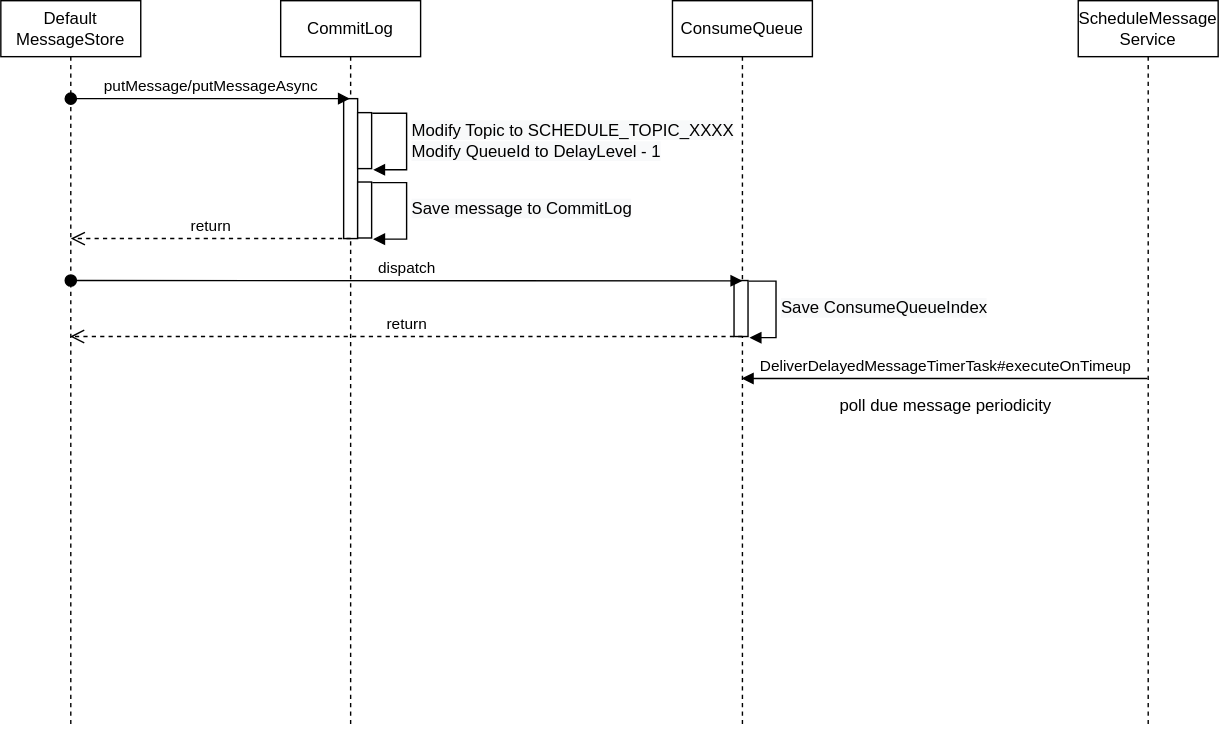
Earlier version of the draw.io export rocketmq/feature/schedule_message_sequence.drawio.svg (HScarb/drawio-diagrams). Source tidied: cells renumbered, new cells last; positions are measured from the earlier drawing's top-left corner, leaving out a move shared by most shapes.
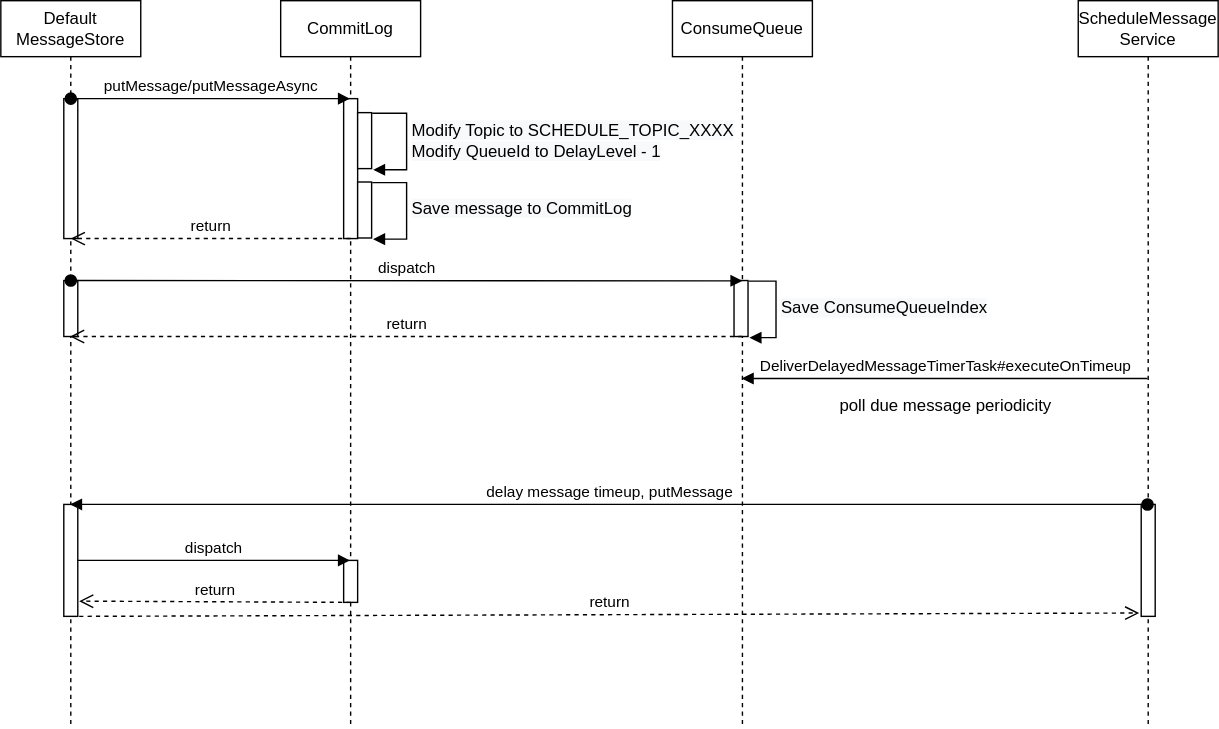
After the commit.

The edit, as a diff of the source:
```diff
@@ -19,6 +19,9 @@
         </Array>
       </mxGeometry>
     </mxCell>
+    <mxCell id="19" style="html=1;perimeter=orthogonalPerimeter;align=center;" parent="2" vertex="1">
+      <mxGeometry x="45" y="400" width="10" height="30" as="geometry" />
+    </mxCell>
     <mxCell id="6" value="ConsumeQueue" style="shape=umlLifeline;perimeter=lifelinePerimeter;whiteSpace=wrap;html=1;outlineConnect=0;" parent="1" vertex="1">
       <mxGeometry x="480" width="100" height="520" as="geometry" />
     </mxCell>
@@ -39,17 +42,26 @@
     <mxCell id="10" value="Default&lt;br&gt;MessageStore" style="shape=umlLifeline;perimeter=lifelinePerimeter;whiteSpace=wrap;html=1;outlineConnect=0;align=center;" parent="1" vertex="1">
       <mxGeometry width="100" height="520" as="geometry" />
     </mxCell>
+    <mxCell id="20" style="html=1;perimeter=orthogonalPerimeter;align=center;" parent="10" vertex="1">
+      <mxGeometry x="45" y="70" width="10" height="100" as="geometry" />
+    </mxCell>
     <mxCell id="11" value="putMessage/putMessageAsync" style="html=1;verticalAlign=bottom;startArrow=oval;startFill=1;endArrow=block;startSize=8;" parent="10" edge="1">
       <mxGeometry relative="1" as="geometry">
         <mxPoint x="50" y="70" as="sourcePoint" />
         <mxPoint x="249.5" y="70" as="targetPoint" />
       </mxGeometry>
     </mxCell>
+    <mxCell id="21" style="html=1;perimeter=orthogonalPerimeter;align=center;" parent="10" vertex="1">
+      <mxGeometry x="45" y="200" width="10" height="40" as="geometry" />
+    </mxCell>
     <mxCell id="12" value="dispatch" style="html=1;verticalAlign=bottom;startArrow=oval;startFill=1;endArrow=block;startSize=8;entryX=0.5;entryY=0.385;entryDx=0;entryDy=0;entryPerimeter=0;" parent="10" edge="1" target="6">
       <mxGeometry relative="1" as="geometry">
         <mxPoint x="50" y="200" as="sourcePoint" />
       </mxGeometry>
     </mxCell>
+    <mxCell id="22" style="html=1;points=[];perimeter=orthogonalPerimeter;align=center;" parent="10" vertex="1">
+      <mxGeometry x="45" y="360" width="10" height="80" as="geometry" />
+    </mxCell>
     <mxCell id="13" value="return" style="html=1;verticalAlign=bottom;endArrow=open;dashed=1;endSize=8;" parent="1" edge="1">
       <mxGeometry relative="1" as="geometry">
         <mxPoint x="250" y="170" as="sourcePoint" />
@@ -67,11 +79,6 @@
         </Array>
       </mxGeometry>
     </mxCell>
-    <mxCell id="16" value="return" style="html=1;verticalAlign=bottom;endArrow=open;dashed=1;endSize=8;" parent="1" edge="1" target="10">
-      <mxGeometry relative="1" as="geometry">
-        <mxPoint x="530" y="240" as="sourcePoint" />
-      </mxGeometry>
-    </mxCell>
     <mxCell id="17" value="DeliverDelayedMessageTimerTask#executeOnTimeup" style="html=1;verticalAlign=bottom;endArrow=block;" parent="1" edge="1">
       <mxGeometry relative="1" as="geometry">
         <mxPoint x="819.5" y="270" as="sourcePoint" />
@@ -81,5 +88,35 @@
     <mxCell id="18" value="poll due message periodicity" style="text;html=1;align=center;verticalAlign=middle;strokeColor=none;" parent="1" vertex="1">
       <mxGeometry x="590" y="280" width="170" height="20" as="geometry" />
     </mxCell>
+    <mxCell id="16" value="return" style="html=1;verticalAlign=bottom;endArrow=open;dashed=1;endSize=8;" parent="1" edge="1" target="10">
+      <mxGeometry relative="1" as="geometry">
+        <mxPoint x="530" y="240" as="sourcePoint" />
+      </mxGeometry>
+    </mxCell>
+    <mxCell id="23" style="html=1;points=[];perimeter=orthogonalPerimeter;align=center;" parent="1" vertex="1">
+      <mxGeometry x="815" y="360" width="10" height="80" as="geometry" />
+    </mxCell>
+    <mxCell id="24" value="delay message timeup, putMessage" style="html=1;verticalAlign=bottom;startArrow=oval;startFill=1;endArrow=block;startSize=8;" parent="1" edge="1">
+      <mxGeometry relative="1" as="geometry">
+        <mxPoint x="819.5" y="360" as="sourcePoint" />
+        <mxPoint x="49.5" y="360" as="targetPoint" />
+        <Array as="points">
+          <mxPoint x="390" y="360" />
+        </Array>
+      </mxGeometry>
+    </mxCell>
+    <mxCell id="25" value="dispatch" style="html=1;verticalAlign=bottom;endArrow=block;" parent="1" edge="1" source="22">
+      <mxGeometry relative="1" as="geometry">
+        <mxPoint x="249.5" y="400" as="targetPoint" />
+      </mxGeometry>
+    </mxCell>
+    <mxCell id="26" value="return" style="html=1;verticalAlign=bottom;endArrow=open;dashed=1;endSize=8;entryX=1.098;entryY=0.864;entryDx=0;entryDy=0;entryPerimeter=0;" parent="1" edge="1" target="22">
+      <mxGeometry relative="1" as="geometry">
+        <mxPoint x="250" y="430" as="sourcePoint" />
+      </mxGeometry>
+    </mxCell>
+    <mxCell id="27" value="return" style="html=1;verticalAlign=bottom;endArrow=open;dashed=1;endSize=8;entryX=-0.144;entryY=0.97;entryDx=0;entryDy=0;entryPerimeter=0;exitX=1.098;exitY=1;exitDx=0;exitDy=0;exitPerimeter=0;" parent="1" edge="1" source="22" target="23">
+      <mxGeometry relative="1" as="geometry" />
+    </mxCell>
   </root>
 </mxGraphModel>
```
